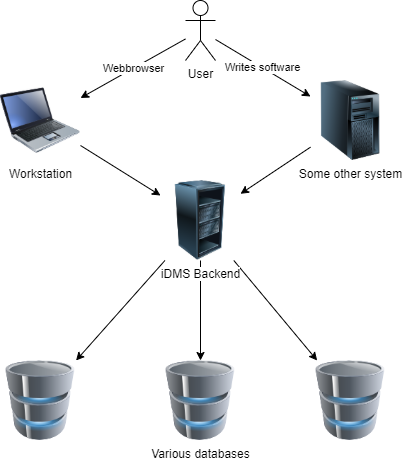
Above: images/architecture.png in noheton/shepard (draw.io), before the change. Source tidied: cells renumbered, new cells last; positions are measured from the earlier drawing's top-left corner, leaving out a move shared by most shapes. The source it was exported from:
```xml
<mxGraphModel>
  <root>
    <mxCell id="0" />
    <mxCell id="1" parent="0" />
    <mxCell id="2" value="Webbrowser" style="rounded=0;jettySize=auto;html=1;" parent="1" edge="1" source="4" target="15">
      <mxGeometry relative="1" as="geometry" />
    </mxCell>
    <mxCell id="3" value="Writes software" style="edgeStyle=none;rounded=0;jettySize=auto;html=1;" parent="1" edge="1" source="4" target="6">
      <mxGeometry relative="1" as="geometry" />
    </mxCell>
    <mxCell id="4" value="User" style="shape=umlActor;verticalLabelPosition=bottom;verticalAlign=top;html=1;outlineConnect=0;" parent="1" vertex="1">
      <mxGeometry x="185" width="30" height="60" as="geometry" />
    </mxCell>
    <mxCell id="5" style="edgeStyle=none;rounded=0;jettySize=auto;html=1;" parent="1" edge="1" source="6" target="10">
      <mxGeometry relative="1" as="geometry" />
    </mxCell>
    <mxCell id="6" value="Some other system" style="image;html=1;image=img/lib/clip_art/computers/Server_Tower_128x128.png;" parent="1" vertex="1">
      <mxGeometry x="310" y="80" width="80" height="80" as="geometry" />
    </mxCell>
    <mxCell id="7" style="edgeStyle=none;rounded=0;jettySize=auto;html=1;" parent="1" edge="1" source="10" target="11">
      <mxGeometry relative="1" as="geometry" />
    </mxCell>
    <mxCell id="8" style="edgeStyle=none;rounded=0;jettySize=auto;html=1;" parent="1" edge="1" source="10" target="12">
      <mxGeometry relative="1" as="geometry" />
    </mxCell>
    <mxCell id="9" style="edgeStyle=none;rounded=0;jettySize=auto;html=1;" parent="1" edge="1" source="10" target="13">
      <mxGeometry relative="1" as="geometry" />
    </mxCell>
    <mxCell id="10" value="iDMS Backend" style="image;html=1;image=img/lib/clip_art/computers/Server_Rack_Partial_128x128.png;" parent="1" vertex="1">
      <mxGeometry x="160" y="180" width="80" height="80" as="geometry" />
    </mxCell>
    <mxCell id="11" style="image;html=1;image=img/lib/clip_art/computers/Database_128x128.png;" parent="1" vertex="1">
      <mxGeometry y="360" width="80" height="80" as="geometry" />
    </mxCell>
    <mxCell id="12" value="Various databases" style="image;html=1;image=img/lib/clip_art/computers/Database_128x128.png;" parent="1" vertex="1">
      <mxGeometry x="160" y="360" width="80" height="80" as="geometry" />
    </mxCell>
    <mxCell id="13" style="image;html=1;image=img/lib/clip_art/computers/Database_128x128.png;" parent="1" vertex="1">
      <mxGeometry x="310" y="360" width="80" height="80" as="geometry" />
    </mxCell>
    <mxCell id="14" style="edgeStyle=none;rounded=0;jettySize=auto;html=1;" parent="1" edge="1" source="15" target="10">
      <mxGeometry relative="1" as="geometry" />
    </mxCell>
    <mxCell id="15" value="Workstation" style="image;html=1;image=img/lib/clip_art/computers/Laptop_128x128.png;" parent="1" vertex="1">
      <mxGeometry y="80" width="80" height="80" as="geometry" />
    </mxCell>
  </root>
</mxGraphModel>
```
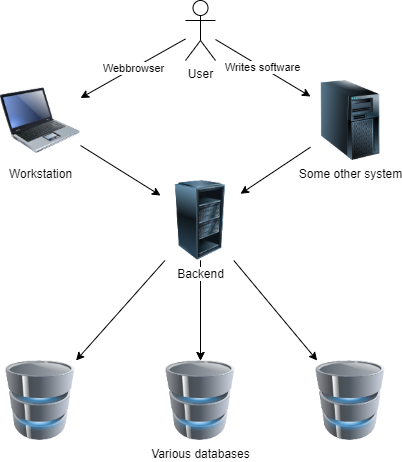
After the change.

Commit message:
Remove idms string

Diff of the diagram source:
```diff
@@ -26,7 +26,10 @@
     <mxCell id="9" style="edgeStyle=none;rounded=0;jettySize=auto;html=1;" parent="1" edge="1" source="10" target="13">
       <mxGeometry relative="1" as="geometry" />
     </mxCell>
+    <mxCell id="16" style="edgeStyle=orthogonalEdgeStyle;rounded=0;jettySize=auto;html=1;" parent="1" edge="1" source="10" target="12">
+      <mxGeometry relative="1" as="geometry" />
+    </mxCell>
-    <mxCell id="10" value="iDMS Backend" style="image;html=1;image=img/lib/clip_art/computers/Server_Rack_Partial_128x128.png;" parent="1" vertex="1">
+    <mxCell id="10" value="Backend" style="image;html=1;image=img/lib/clip_art/computers/Server_Rack_Partial_128x128.png;" parent="1" vertex="1">
       <mxGeometry x="160" y="180" width="80" height="80" as="geometry" />
     </mxCell>
     <mxCell id="11" style="image;html=1;image=img/lib/clip_art/computers/Database_128x128.png;" parent="1" vertex="1">
```
